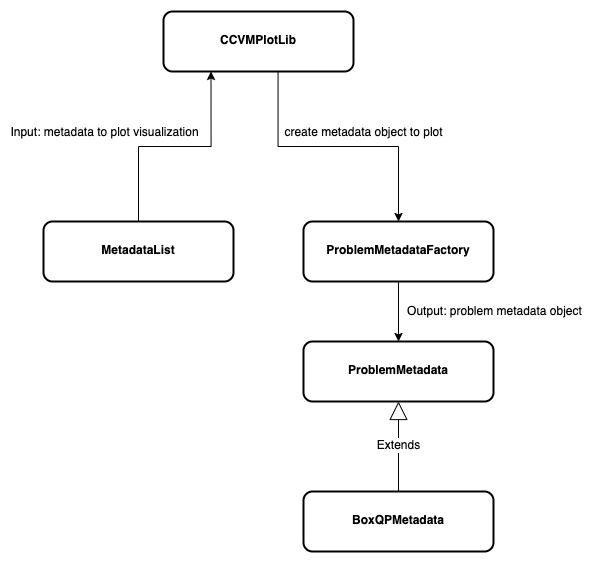
Before: diagrams/plottor_class_diagram.png, a diagram exported from draw.io (1QB-Information-Technologies/ccvm). Source tidied: cells renumbered, new cells last; positions are measured from the earlier drawing's top-left corner, leaving out a move shared by most shapes.
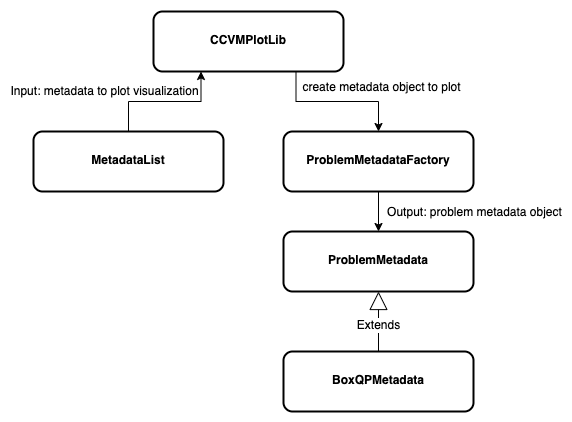
After the commit.

What changed in the source:
```diff
@@ -2,13 +2,13 @@
   <root>
     <mxCell id="0" />
     <mxCell id="1" parent="0" />
-    <mxCell id="2" style="edgeStyle=orthogonalEdgeStyle;rounded=0;jettySize=auto;html=1;exitX=0.5;exitY=0;exitDx=0;exitDy=0;entryX=0.25;entryY=1;entryDx=0;entryDy=0;fontFamily=Helvetica;fontSize=12;fontColor=default;" parent="1" edge="1" source="3" target="6">
+    <mxCell id="2" style="edgeStyle=orthogonalEdgeStyle;rounded=0;jettySize=auto;html=1;exitX=0.5;exitY=0;exitDx=0;exitDy=0;fontFamily=Helvetica;fontSize=12;fontColor=default;entryX=0.25;entryY=1;entryDx=0;entryDy=0;" parent="1" edge="1" source="3" target="6">
       <mxGeometry relative="1" as="geometry" />
     </mxCell>
     <mxCell id="3" value="&lt;p style=&quot;margin: 4px 0px 0px;&quot;&gt;&lt;b&gt;&lt;br&gt;&lt;/b&gt;&lt;/p&gt;&lt;p style=&quot;margin: 4px 0px 0px;&quot;&gt;&lt;b&gt;MetadataList&lt;/b&gt;&lt;/p&gt;" style="verticalAlign=top;align=center;overflow=fill;fontSize=12;fontFamily=Helvetica;html=1;whiteSpace=wrap;rounded=1;strokeColor=default;strokeWidth=2;fontColor=default;fillColor=default;" parent="1" vertex="1">
-      <mxGeometry y="210" width="190" height="60" as="geometry" />
+      <mxGeometry y="120" width="190" height="60" as="geometry" />
     </mxCell>
-    <mxCell id="4" style="edgeStyle=orthogonalEdgeStyle;rounded=0;jettySize=auto;html=1;exitX=0.603;exitY=0.967;exitDx=0;exitDy=0;fontFamily=Helvetica;fontSize=12;fontColor=default;exitPerimeter=0;" parent="1" edge="1" source="6" target="7">
+    <mxCell id="4" style="edgeStyle=orthogonalEdgeStyle;rounded=0;jettySize=auto;html=1;fontFamily=Helvetica;fontSize=12;fontColor=default;exitX=0.75;exitY=1;exitDx=0;exitDy=0;" parent="1" edge="1" source="6" target="7">
       <mxGeometry relative="1" as="geometry" />
     </mxCell>
     <mxCell id="5" value="create metadata object to plot" style="edgeLabel;html=1;align=center;verticalAlign=middle;fontSize=12;fontFamily=Helvetica;fontColor=default;" parent="4" vertex="1">
@@ -20,16 +20,16 @@
       <mxGeometry x="120" width="190" height="60" as="geometry" />
     </mxCell>
     <mxCell id="7" value="&lt;p style=&quot;margin: 4px 0px 0px;&quot;&gt;&lt;b&gt;&lt;br&gt;&lt;/b&gt;&lt;/p&gt;&lt;p style=&quot;margin: 4px 0px 0px;&quot;&gt;&lt;b&gt;ProblemMetadataFactory&lt;/b&gt;&lt;/p&gt;" style="verticalAlign=top;align=center;overflow=fill;fontSize=12;fontFamily=Helvetica;html=1;whiteSpace=wrap;rounded=1;strokeColor=default;strokeWidth=2;fontColor=default;fillColor=default;" parent="1" vertex="1">
-      <mxGeometry x="260" y="210" width="190" height="60" as="geometry" />
+      <mxGeometry x="250" y="120" width="190" height="60" as="geometry" />
     </mxCell>
     <mxCell id="8" value="&lt;p style=&quot;margin: 4px 0px 0px;&quot;&gt;&lt;b&gt;&lt;br&gt;&lt;/b&gt;&lt;/p&gt;&lt;p style=&quot;margin: 4px 0px 0px;&quot;&gt;&lt;b&gt;ProblemMetadata&lt;/b&gt;&lt;/p&gt;" style="verticalAlign=top;align=center;overflow=fill;fontSize=12;fontFamily=Helvetica;html=1;whiteSpace=wrap;rounded=1;strokeColor=default;strokeWidth=2;fontColor=default;fillColor=default;" parent="1" vertex="1">
-      <mxGeometry x="260" y="330" width="190" height="60" as="geometry" />
+      <mxGeometry x="250" y="220" width="190" height="60" as="geometry" />
     </mxCell>
     <mxCell id="9" value="&lt;p style=&quot;margin: 4px 0px 0px;&quot;&gt;&lt;b&gt;&lt;br&gt;&lt;/b&gt;&lt;/p&gt;&lt;p style=&quot;margin: 4px 0px 0px;&quot;&gt;&lt;b&gt;BoxQPMetadata&lt;/b&gt;&lt;/p&gt;" style="verticalAlign=top;align=center;overflow=fill;fontSize=12;fontFamily=Helvetica;html=1;whiteSpace=wrap;rounded=1;strokeColor=default;strokeWidth=2;fontColor=default;fillColor=default;" parent="1" vertex="1">
-      <mxGeometry x="260" y="480" width="190" height="60" as="geometry" />
+      <mxGeometry x="250" y="340" width="190" height="60" as="geometry" />
     </mxCell>
     <mxCell id="10" value="Extends" style="endArrow=block;endSize=16;endFill=0;html=1;rounded=0;fontFamily=Helvetica;fontSize=12;fontColor=default;exitX=0.5;exitY=0;exitDx=0;exitDy=0;entryX=0.5;entryY=1;entryDx=0;entryDy=0;" parent="1" edge="1" source="9" target="8">
-      <mxGeometry relative="1" as="geometry" />
+      <mxGeometry x="-0.14" relative="1" as="geometry" />
     </mxCell>
     <mxCell id="11" style="edgeStyle=orthogonalEdgeStyle;rounded=0;jettySize=auto;html=1;exitX=0.5;exitY=1;exitDx=0;exitDy=0;entryX=0.5;entryY=0;entryDx=0;entryDy=0;fontFamily=Helvetica;fontSize=12;fontColor=default;" parent="1" edge="1" source="7" target="8">
       <mxGeometry relative="1" as="geometry" />
@@ -40,7 +40,7 @@
       </mxGeometry>
     </mxCell>
     <mxCell id="13" value="Input: metadata to plot visualization" style="edgeLabel;html=1;align=center;verticalAlign=middle;fontSize=12;fontFamily=Helvetica;fontColor=default;" parent="1" vertex="1">
-      <mxGeometry x="60" y="120" as="geometry" />
+      <mxGeometry x="70" y="80" as="geometry" />
     </mxCell>
   </root>
 </mxGraphModel>
```
